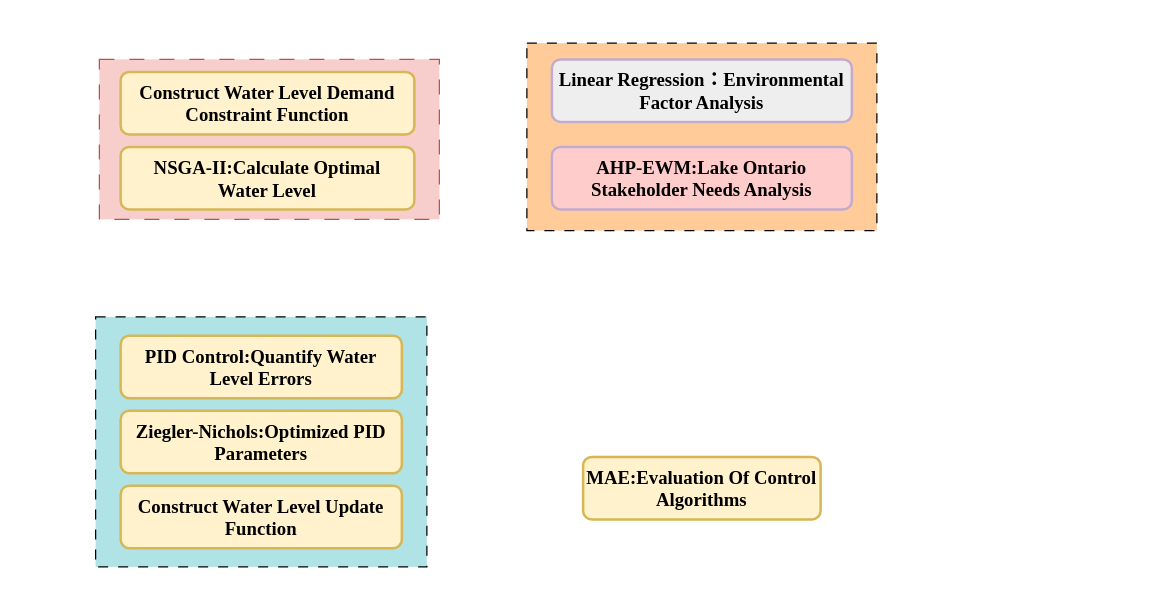
Earlier version of the draw.io diagram 未命名绘图.drawio (Acttoffy/acttoffy). Source tidied: cells renumbered, new cells numbered last; positions are measured from the earlier drawing's top-left corner, leaving out a move shared by most shapes. Both pictures are drawn from the tidied source at 125%, with x=0, y=0 at pixel (95, 42).
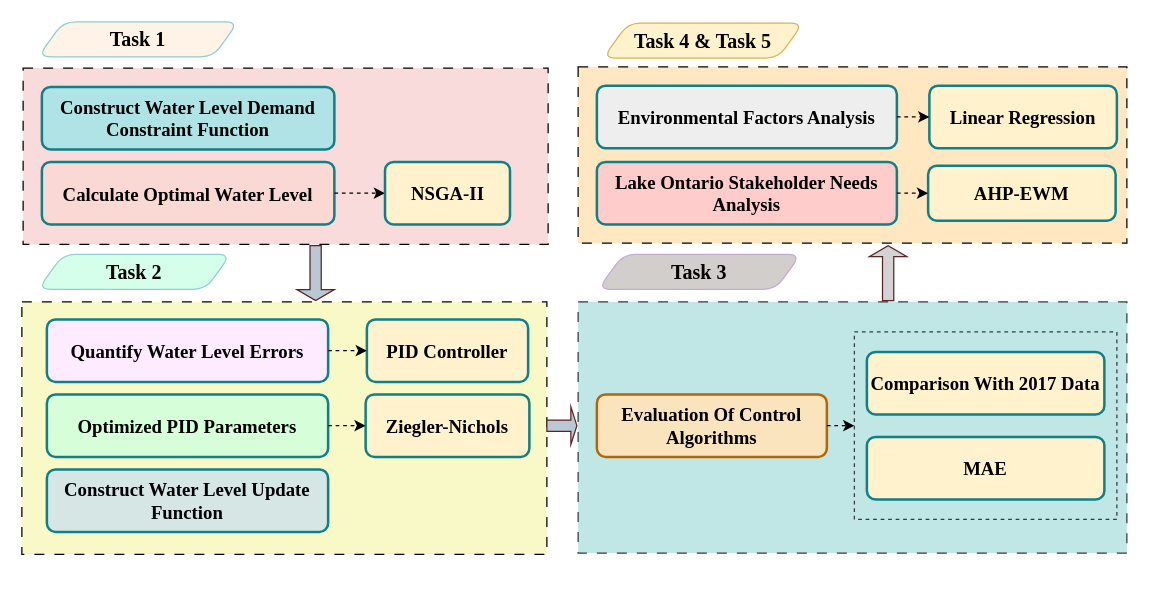
Above is the later version.

Commit message:
更新未命名绘图.drawio

The edit, as a diff of the source:
```diff
@@
+    <mxCell id="13" style="rounded=0;whiteSpace=wrap;html=1;fontFamily=Times New Roman;dashed=1;fontStyle=1;fontSize=15;dashPattern=8 8;fillColor=#C1E6E6;strokeColor=#36393d;" parent="1" vertex="1">
+      <mxGeometry x="386" y="207" width="439" height="201" as="geometry" />
+    </mxCell>
-    <mxCell id="2" style="rounded=0;whiteSpace=wrap;html=1;fontFamily=Times New Roman;dashed=1;fillColor=#ffcc99;strokeColor=#000000;fontStyle=1;fontSize=15;dashPattern=8 8;" parent="1" vertex="1">
-      <mxGeometry x="345" width="280" height="150" as="geometry" />
+    <mxCell id="2" style="rounded=0;whiteSpace=wrap;html=1;fontFamily=Times New Roman;dashed=1;fillColor=#FFE7C2;strokeColor=#000000;fontStyle=1;fontSize=15;dashPattern=8 8;" parent="1" vertex="1">
+      <mxGeometry x="386" y="19" width="439" height="141" as="geometry" />
     </mxCell>
-    <mxCell id="3" style="rounded=0;whiteSpace=wrap;html=1;fillColor=#b0e3e6;strokeColor=#000000;fontFamily=Times New Roman;dashed=1;fontStyle=1;fontSize=15;dashPattern=8 8;" parent="1" vertex="1">
-      <mxGeometry y="219" width="265" height="200" as="geometry" />
+    <mxCell id="3" style="rounded=0;whiteSpace=wrap;html=1;fillColor=#F9F9C7;strokeColor=#000000;fontFamily=Times New Roman;dashed=1;fontStyle=1;fontSize=15;dashPattern=8 8;" parent="1" vertex="1">
+      <mxGeometry x="-59" y="207" width="420" height="202" as="geometry" />
     </mxCell>
-    <mxCell id="4" style="rounded=0;whiteSpace=wrap;html=1;fillColor=#f8cecc;strokeColor=#b85450;fontFamily=Times New Roman;dashed=1;fontStyle=1;fontSize=15;dashPattern=12 12;" parent="1" vertex="1">
-      <mxGeometry x="3" y="13" width="272" height="128" as="geometry" />
+    <mxCell id="4" style="rounded=0;whiteSpace=wrap;html=1;fillColor=#F8DBDA;strokeColor=#000000;fontFamily=Times New Roman;dashed=1;fontStyle=1;fontSize=15;dashPattern=8 8;" parent="1" vertex="1">
+      <mxGeometry x="-58" y="20" width="420" height="141" as="geometry" />
     </mxCell>
-    <mxCell id="5" value="Construct Water Level Demand Constraint Function" style="rounded=1;whiteSpace=wrap;html=1;absoluteArcSize=1;arcSize=14;strokeWidth=2;fillColor=#fff2cc;strokeColor=#d6b656;fontFamily=Times New Roman;fontStyle=1;fontSize=15;" parent="1" vertex="1">
-      <mxGeometry x="20" y="23" width="235" height="50" as="geometry" />
+    <mxCell id="5" value="Construct Water Level Demand Constraint Function" style="rounded=1;whiteSpace=wrap;html=1;absoluteArcSize=1;arcSize=14;strokeWidth=2;fillColor=#b0e3e6;strokeColor=#0e8088;fontFamily=Times New Roman;fontStyle=1;fontSize=15;" parent="1" vertex="1">
+      <mxGeometry x="-43" y="35" width="234" height="50" as="geometry" />
     </mxCell>
-    <mxCell id="6" value="NSGA-II:Calculate Optimal &#10;Water Level" style="rounded=1;absoluteArcSize=1;arcSize=14;strokeWidth=2;fillColor=#fff2cc;strokeColor=#d6b656;fontFamily=Times New Roman;fontStyle=1;fontSize=15;" parent="1" vertex="1">
-      <mxGeometry x="20" y="83" width="235" height="50" as="geometry" />
+    <mxCell id="6" value="Calculate Optimal Water Level" style="rounded=1;absoluteArcSize=1;arcSize=14;strokeWidth=2;fillColor=#fad9d5;strokeColor=#0E8088;fontFamily=Times New Roman;fontStyle=1;fontSize=15;" parent="1" vertex="1">
+      <mxGeometry x="-43" y="95" width="234" height="50" as="geometry" />
     </mxCell>
-    <mxCell id="7" value="PID Control:Quantify Water Level Errors" style="rounded=1;whiteSpace=wrap;html=1;absoluteArcSize=1;arcSize=14;strokeWidth=2;fillColor=#fff2cc;strokeColor=#d6b656;fontFamily=Times New Roman;fontStyle=1;fontSize=15;" parent="1" vertex="1">
-      <mxGeometry x="20" y="234" width="225" height="50" as="geometry" />
+    <mxCell id="7" value="Quantify Water Level Errors" style="rounded=1;whiteSpace=wrap;html=1;absoluteArcSize=1;arcSize=14;strokeWidth=2;fillColor=#FEEBFF;strokeColor=#0E8088;fontFamily=Times New Roman;fontStyle=1;fontSize=15;" parent="1" vertex="1">
+      <mxGeometry x="-39" y="221" width="225" height="50" as="geometry" />
     </mxCell>
-    <mxCell id="8" value="Construct Water Level Update Function" style="rounded=1;whiteSpace=wrap;html=1;absoluteArcSize=1;arcSize=14;strokeWidth=2;fillColor=#fff2cc;strokeColor=#d6b656;fontFamily=Times New Roman;fontStyle=1;fontSize=15;" parent="1" vertex="1">
-      <mxGeometry x="20" y="354" width="225" height="50" as="geometry" />
+    <mxCell id="8" value="Construct Water Level Update Function" style="rounded=1;whiteSpace=wrap;html=1;absoluteArcSize=1;arcSize=14;strokeWidth=2;fillColor=#D6E6E5;strokeColor=#0E8088;fontFamily=Times New Roman;fontStyle=1;fontSize=15;" parent="1" vertex="1">
+      <mxGeometry x="-39" y="341" width="225" height="50" as="geometry" />
     </mxCell>
-    <mxCell id="9" value="Ziegler-Nichols:Optimized PID Parameters" style="rounded=1;whiteSpace=wrap;html=1;absoluteArcSize=1;arcSize=14;strokeWidth=2;fillColor=#fff2cc;strokeColor=#d6b656;fontFamily=Times New Roman;fontStyle=1;fontSize=15;" parent="1" vertex="1">
-      <mxGeometry x="20" y="294" width="225" height="50" as="geometry" />
+    <mxCell id="9" value="Optimized PID Parameters" style="rounded=1;whiteSpace=wrap;html=1;absoluteArcSize=1;arcSize=14;strokeWidth=2;fillColor=#D6FFD9;strokeColor=#0e8088;fontFamily=Times New Roman;fontStyle=1;fontSize=15;" parent="1" vertex="1">
+      <mxGeometry x="-39" y="281" width="225" height="50" as="geometry" />
     </mxCell>
-    <mxCell id="10" value="MAE:Evaluation Of Control Algorithms" style="rounded=1;whiteSpace=wrap;html=1;absoluteArcSize=1;arcSize=14;strokeWidth=2;fillColor=#fff2cc;strokeColor=#d6b656;fontFamily=Times New Roman;fontStyle=1;fontSize=15;" parent="1" vertex="1">
-      <mxGeometry x="390" y="331" width="190" height="50" as="geometry" />
+    <mxCell id="10" value="Evaluation Of Control Algorithms" style="rounded=1;whiteSpace=wrap;html=1;absoluteArcSize=1;arcSize=14;strokeWidth=2;fillColor=#FAE4BE;strokeColor=#b46504;fontFamily=Times New Roman;fontStyle=1;fontSize=15;" parent="1" vertex="1">
+      <mxGeometry x="401" y="281" width="184" height="50" as="geometry" />
     </mxCell>
-    <mxCell id="11" value="Linear Regression：Environmental Factor Analysis" style="rounded=1;whiteSpace=wrap;html=1;absoluteArcSize=1;arcSize=14;strokeWidth=2;fillColor=#eeeeee;strokeColor=#C3ABD0;fontFamily=Times New Roman;fontStyle=1;fontSize=15;" parent="1" vertex="1">
-      <mxGeometry x="365" y="13" width="240" height="50" as="geometry" />
+    <mxCell id="11" value="Environmental Factors Analysis" style="rounded=1;whiteSpace=wrap;html=1;absoluteArcSize=1;arcSize=14;strokeWidth=2;fillColor=#eeeeee;strokeColor=#0E8088;fontFamily=Times New Roman;fontStyle=1;fontSize=15;" parent="1" vertex="1">
+      <mxGeometry x="401" y="34" width="240" height="50" as="geometry" />
     </mxCell>
-    <mxCell id="12" value="AHP-EWM:Lake Ontario Stakeholder Needs Analysis" style="rounded=1;whiteSpace=wrap;html=1;absoluteArcSize=1;arcSize=14;strokeWidth=2;fillColor=#ffcccc;strokeColor=#C3ABD0;fontFamily=Times New Roman;fontStyle=1;fontSize=15;" parent="1" vertex="1">
-      <mxGeometry x="365" y="83" width="240" height="50" as="geometry" />
+    <mxCell id="12" value="Lake Ontario Stakeholder Needs Analysis" style="rounded=1;whiteSpace=wrap;html=1;absoluteArcSize=1;arcSize=14;strokeWidth=2;fillColor=#ffcccc;strokeColor=#0E8088;fontFamily=Times New Roman;fontStyle=1;fontSize=15;" parent="1" vertex="1">
+      <mxGeometry x="401" y="95" width="240" height="50" as="geometry" />
     </mxCell>
+    <mxCell id="14" style="endArrow=classic;html=1;rounded=1;exitX=1;exitY=0.5;exitDx=0;exitDy=0;entryX=0;entryY=0.5;entryDx=0;entryDy=0;dashed=1;curved=0;" parent="1" edge="1" source="6" target="15">
+      <mxGeometry relative="1" as="geometry" />
+    </mxCell>
+    <mxCell id="15" value="NSGA-II" style="rounded=1;whiteSpace=wrap;html=1;absoluteArcSize=1;arcSize=14;strokeWidth=2;fillColor=#fff2cc;strokeColor=#0E8088;fontFamily=Times New Roman;fontStyle=1;fontSize=15;" parent="1" vertex="1">
+      <mxGeometry x="231.5" y="95" width="100" height="50" as="geometry" />
+    </mxCell>
+    <mxCell id="16" value="PID Controller" style="rounded=1;whiteSpace=wrap;html=1;absoluteArcSize=1;arcSize=14;strokeWidth=2;fillColor=#fff2cc;strokeColor=#0E8088;fontFamily=Times New Roman;fontStyle=1;fontSize=15;" parent="1" vertex="1">
+      <mxGeometry x="217" y="221" width="129" height="50" as="geometry" />
+    </mxCell>
+    <mxCell id="17" style="endArrow=classic;html=1;rounded=0;exitX=1;exitY=0.5;exitDx=0;exitDy=0;entryX=0;entryY=0.5;entryDx=0;entryDy=0;dashed=1;" parent="1" edge="1" source="7" target="16">
+      <mxGeometry relative="1" as="geometry" />
+    </mxCell>
+    <mxCell id="18" value="Ziegler-Nichols" style="rounded=1;whiteSpace=wrap;html=1;absoluteArcSize=1;arcSize=14;strokeWidth=2;fillColor=#fff2cc;strokeColor=#0E8088;fontFamily=Times New Roman;fontStyle=1;fontSize=15;" parent="1" vertex="1">
+      <mxGeometry x="216" y="281" width="131" height="50" as="geometry" />
+    </mxCell>
+    <mxCell id="19" style="endArrow=classic;html=1;rounded=0;exitX=1;exitY=0.5;exitDx=0;exitDy=0;entryX=0;entryY=0.5;entryDx=0;entryDy=0;dashed=1;" parent="1" edge="1" source="9" target="18">
+      <mxGeometry relative="1" as="geometry" />
+    </mxCell>
+    <mxCell id="20" value="Linear Regression" style="rounded=1;whiteSpace=wrap;html=1;absoluteArcSize=1;arcSize=14;strokeWidth=2;fillColor=#fff2cc;strokeColor=#0E8088;fontFamily=Times New Roman;fontStyle=1;fontSize=15;" parent="1" vertex="1">
+      <mxGeometry x="667" y="34" width="150" height="50" as="geometry" />
+    </mxCell>
+    <mxCell id="21" value="AHP-EWM" style="rounded=1;whiteSpace=wrap;html=1;absoluteArcSize=1;arcSize=14;strokeWidth=2;fillColor=#fff2cc;strokeColor=#0E8088;fontFamily=Times New Roman;fontStyle=1;fontSize=15;" parent="1" vertex="1">
+      <mxGeometry x="666" y="98" width="150" height="44" as="geometry" />
+    </mxCell>
+    <mxCell id="22" style="endArrow=classic;html=1;rounded=1;exitX=1;exitY=0.5;exitDx=0;exitDy=0;entryX=0;entryY=0.5;entryDx=0;entryDy=0;dashed=1;curved=0;" parent="1" edge="1" source="11" target="20">
+      <mxGeometry relative="1" as="geometry" />
+    </mxCell>
+    <mxCell id="23" style="rounded=0;whiteSpace=wrap;html=1;dashed=1;strokeColor=#36393d;fillColor=#C1E6E6;" parent="1" vertex="1">
+      <mxGeometry x="607" y="231" width="210" height="150" as="geometry" />
+    </mxCell>
+    <mxCell id="24" style="endArrow=classic;html=1;rounded=1;exitX=1;exitY=0.5;exitDx=0;exitDy=0;entryX=0;entryY=0.5;entryDx=0;entryDy=0;dashed=1;curved=0;" parent="1" edge="1" source="12" target="21">
+      <mxGeometry relative="1" as="geometry" />
+    </mxCell>
+    <mxCell id="25" value="Comparison With 2017 Data" style="rounded=1;whiteSpace=wrap;html=1;absoluteArcSize=1;arcSize=14;strokeWidth=2;fillColor=#fff2cc;strokeColor=#0E8088;fontFamily=Times New Roman;fontStyle=1;fontSize=15;" parent="1" vertex="1">
+      <mxGeometry x="617" y="247" width="190" height="50" as="geometry" />
+    </mxCell>
+    <mxCell id="26" value="MAE" style="rounded=1;whiteSpace=wrap;html=1;absoluteArcSize=1;arcSize=14;strokeWidth=2;fillColor=#fff2cc;strokeColor=#0E8088;fontFamily=Times New Roman;fontStyle=1;fontSize=15;" parent="1" vertex="1">
+      <mxGeometry x="617" y="315" width="190" height="50" as="geometry" />
+    </mxCell>
+    <mxCell id="27" style="endArrow=classic;html=1;rounded=1;exitX=1;exitY=0.5;exitDx=0;exitDy=0;entryX=0;entryY=0.5;entryDx=0;entryDy=0;dashed=1;curved=0;" parent="1" edge="1" source="10" target="23">
+      <mxGeometry relative="1" as="geometry" />
+    </mxCell>
+    <mxCell id="28" value="Task 1" style="shape=parallelogram;perimeter=parallelogramPerimeter;whiteSpace=wrap;html=1;fixedSize=1;fontFamily=Times New Roman;fontStyle=1;fillColor=#FFF2E6;strokeColor=#8ACFD1;fontSize=16;rounded=1;" parent="1" vertex="1">
+      <mxGeometry x="-46" y="-17" width="160" height="28" as="geometry" />
+    </mxCell>
+    <mxCell id="29" value="Task 3" style="shape=parallelogram;perimeter=parallelogramPerimeter;whiteSpace=wrap;html=1;fixedSize=1;fontFamily=Times New Roman;fontStyle=1;fillColor=#D1CECB;fontSize=16;rounded=1;fontColor=#000000;strokeColor=#C3ABD0;" parent="1" vertex="1">
+      <mxGeometry x="402" y="169" width="162" height="28" as="geometry" />
+    </mxCell>
+    <mxCell id="30" value="Task 4 &amp;amp; Task 5" style="shape=parallelogram;perimeter=parallelogramPerimeter;whiteSpace=wrap;html=1;fixedSize=1;fontFamily=Times New Roman;fontStyle=1;fillColor=#fff2cc;strokeColor=#d6b656;fontSize=16;rounded=1;" parent="1" vertex="1">
+      <mxGeometry x="406" y="-16" width="160" height="28" as="geometry" />
+    </mxCell>
+    <mxCell id="31" value="Task 2" style="shape=parallelogram;perimeter=parallelogramPerimeter;whiteSpace=wrap;html=1;fixedSize=1;fontFamily=Times New Roman;fontStyle=1;fillColor=#D6FFEB;strokeColor=#8CD1D1;fontSize=16;rounded=1;" parent="1" vertex="1">
+      <mxGeometry x="-46" y="169" width="154" height="28" as="geometry" />
+    </mxCell>
+    <mxCell id="32" style="shape=singleArrow;direction=south;whiteSpace=wrap;html=1;fillColor=#bac8d3;strokeColor=#5c2323;" parent="1" vertex="1">
+      <mxGeometry x="161" y="162" width="30" height="44" as="geometry" />
+    </mxCell>
+    <mxCell id="33" style="shape=singleArrow;direction=south;whiteSpace=wrap;html=1;fillColor=#bac8d3;strokeColor=#5c2323;rotation=-90;" parent="1" vertex="1">
+      <mxGeometry x="358" y="294" width="30" height="24" as="geometry" />
+    </mxCell>
+    <mxCell id="34" style="shape=singleArrow;direction=south;whiteSpace=wrap;html=1;fillColor=#D3D3D3;strokeColor=#5c2323;rotation=-180;" parent="1" vertex="1">
+      <mxGeometry x="619" y="162" width="30" height="44" as="geometry" />
+    </mxCell>
```
